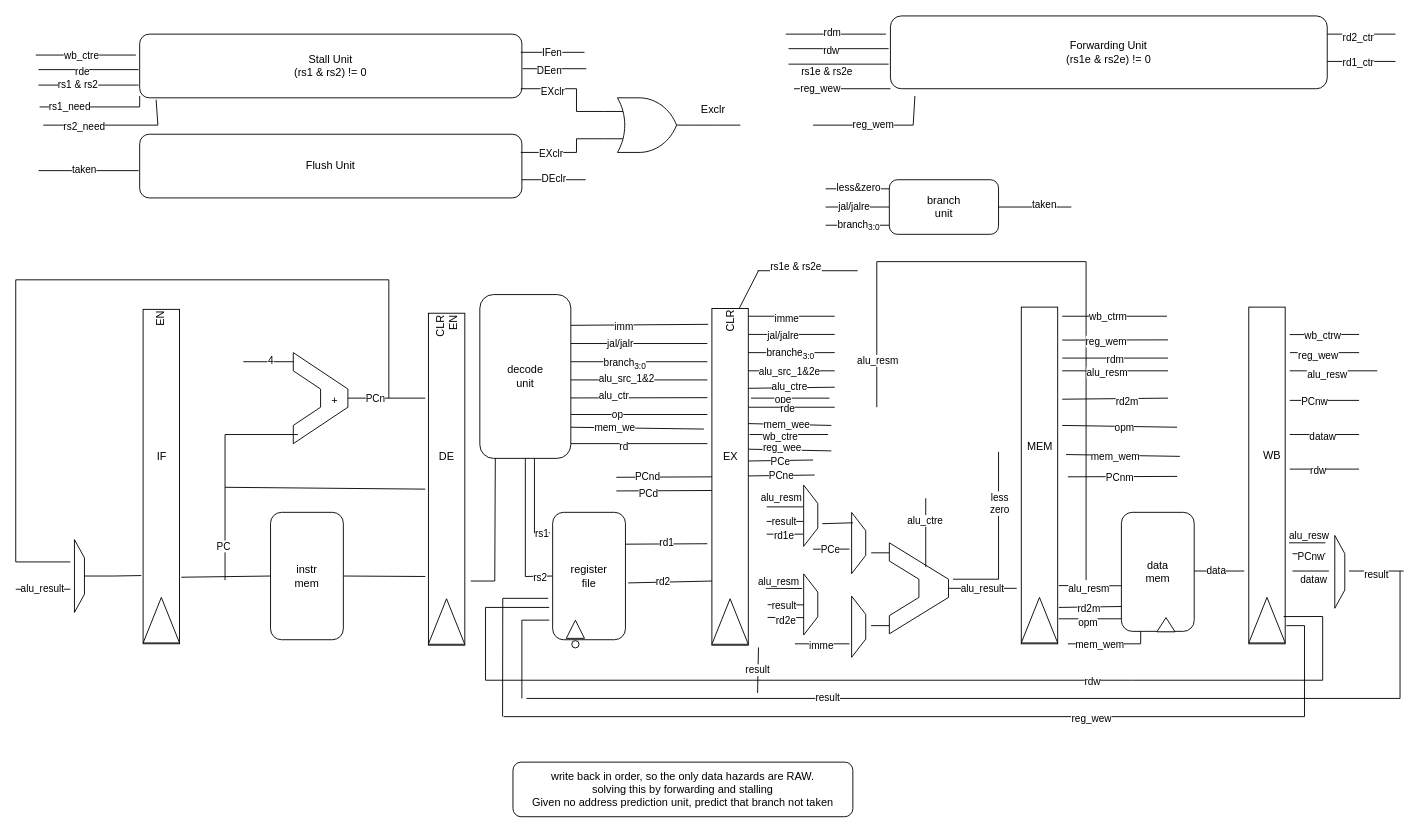
Earlier version of the draw.io diagram Schematic.drawio (kanosukii/rvcore_5stages). Source tidied: cells renumbered, new cells numbered last; positions are measured from the earlier drawing's top-left corner, leaving out a move shared by most shapes. Both pictures are drawn from the tidied source at 91%, with x=0, y=0 at pixel (-6, 15).
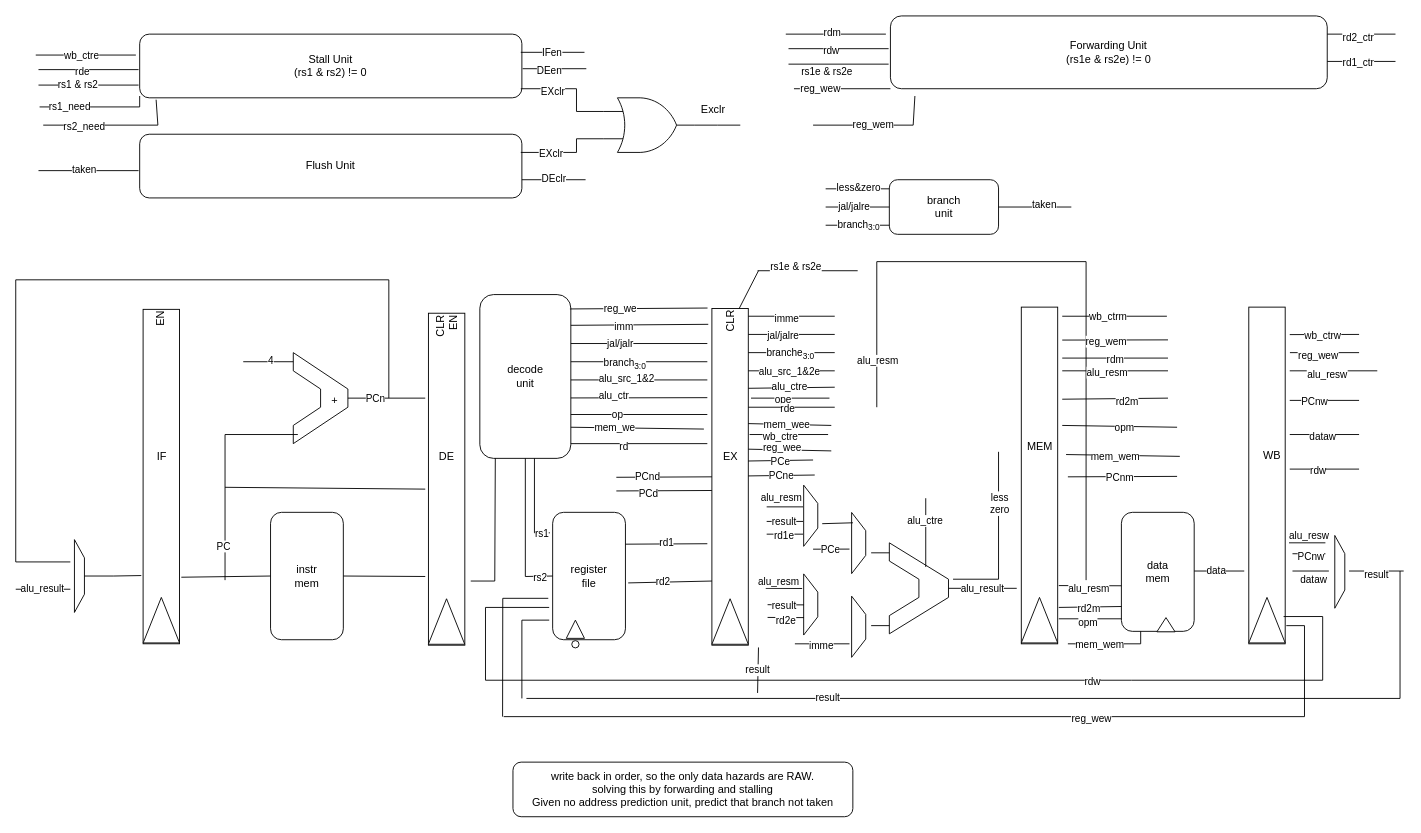
The same page after the edit.

The edit, as a diff of the source:
```diff
@@
+    <mxCell id="247" style="endArrow=none;html=1;rounded=0;entryX=0.953;entryY=-0.1;entryDx=0;entryDy=0;entryPerimeter=0;" parent="1" edge="1">
+      <mxGeometry relative="1" as="geometry">
+        <mxPoint x="632.8" y="322" as="sourcePoint" />
+        <mxPoint x="784" y="321" as="targetPoint" />
+      </mxGeometry>
+    </mxCell>
+    <mxCell id="248" value="reg_we" style="edgeLabel;html=1;align=center;verticalAlign=middle;" parent="247" vertex="1">
+      <mxGeometry x="-0.27" relative="1" as="geometry" />
+    </mxCell>
```
